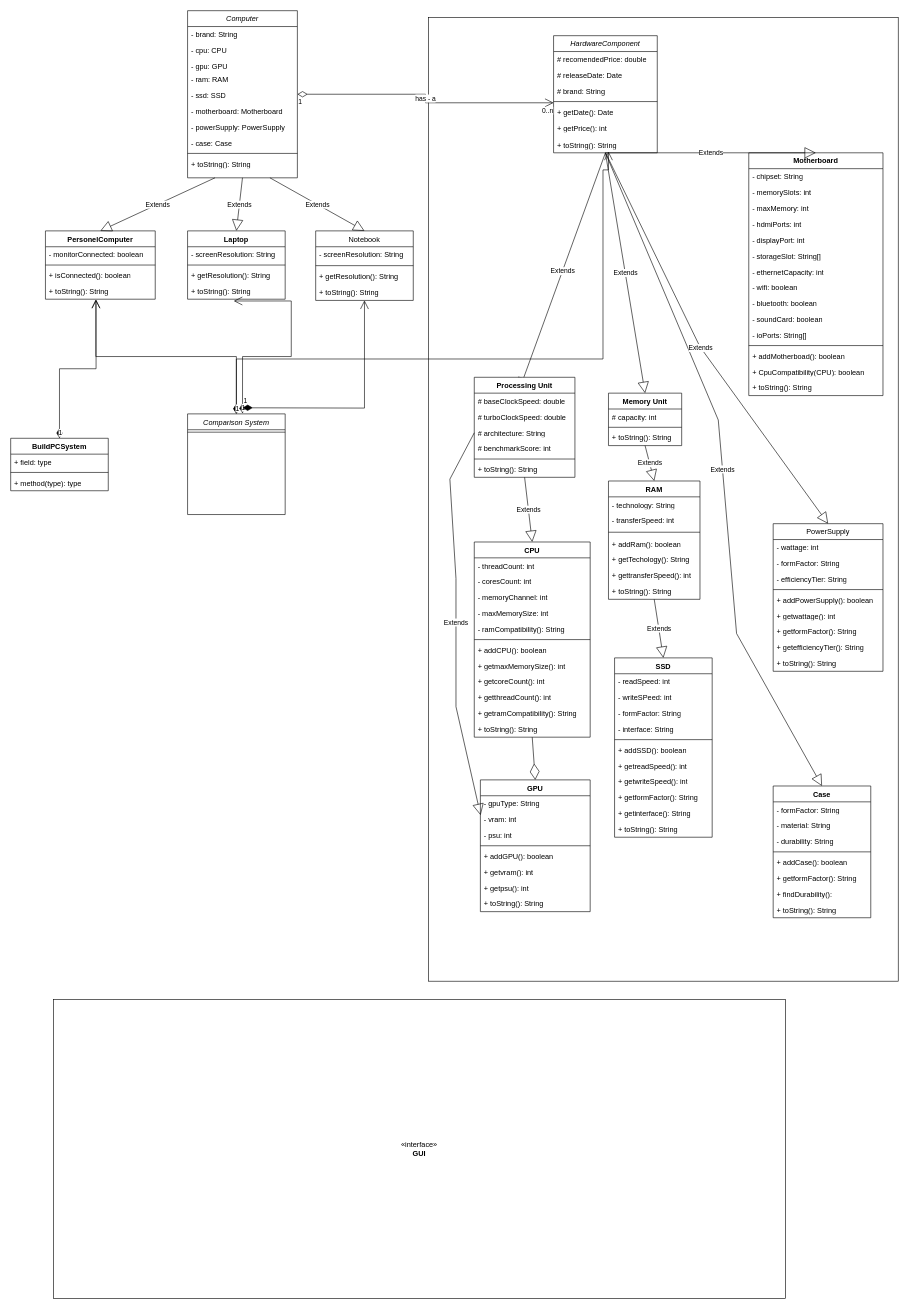
This is 221UML.drawio from isikdonger/Computer_Parts_App, a draw.io file, before an edit. Source tidied: cells renumbered, new cells numbered last; positions are measured from the earlier drawing's top-left corner, leaving out a move shared by most shapes. Both pictures are drawn from the tidied source at 61%, with x=0, y=0 at pixel (10, 10).
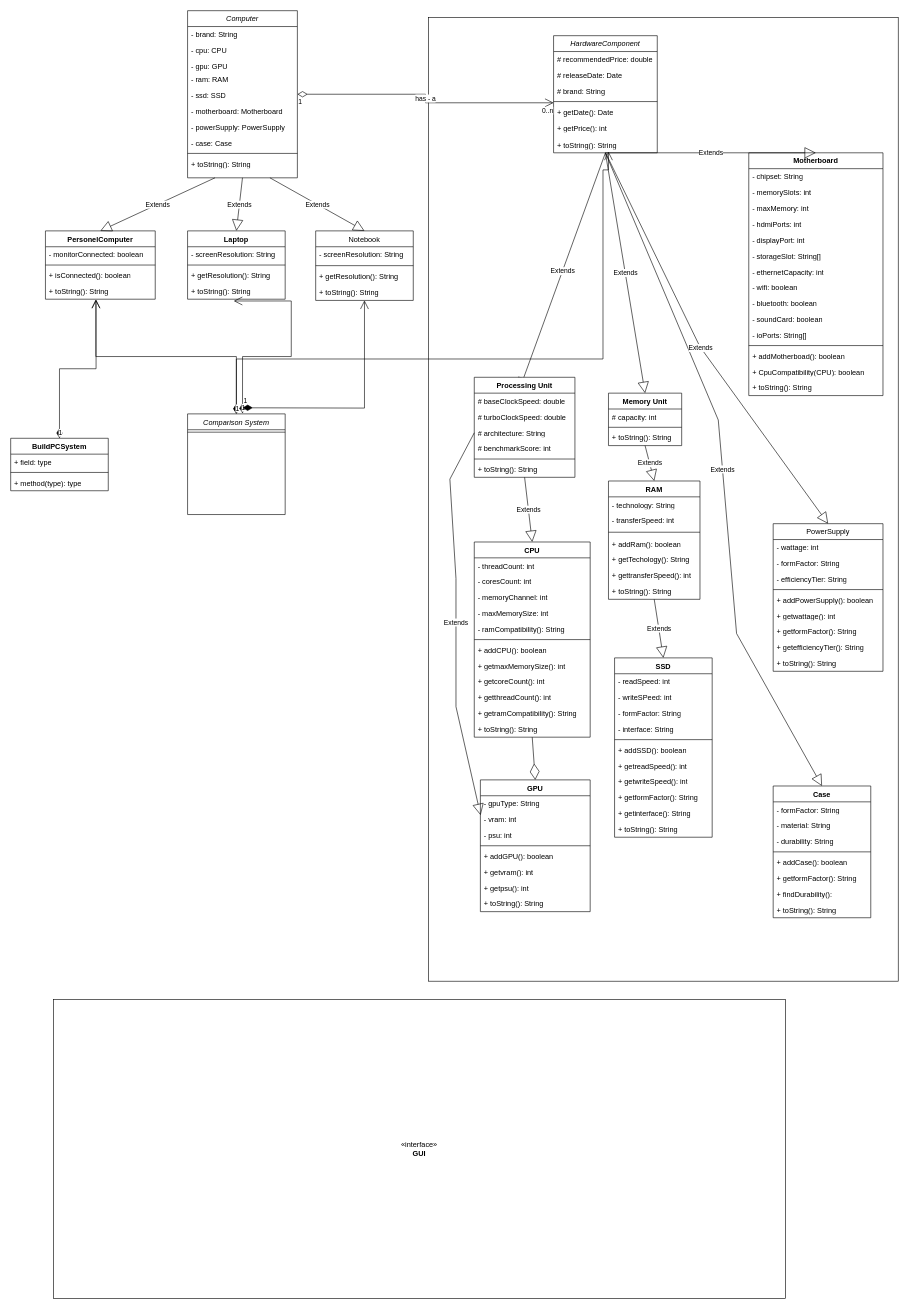
The same page after the edit.

Unchanged cells that the change refers to:
```xml
<mxCell id="14" value="HardwareComponent&#10;" style="swimlane;fontStyle=2;align=center;verticalAlign=top;horizontal=1;startSize=26;rounded=0;shadow=0;strokeWidth=1;" parent="1" vertex="1">
  <mxGeometry x="890" y="41" width="170" height="192" as="geometry" />
</mxCell>
```

The edit, as a diff of the source:
```diff
@@
-    <mxCell id="15" value="# recomendedPrice: double" style="text;strokeColor=none;fillColor=none;align=left;verticalAlign=top;spacingLeft=4;spacingRight=4;overflow=hidden;whiteSpace=wrap;html=1;" parent="14" vertex="1">
+    <mxCell id="15" value="# recommendedPrice: double" style="text;strokeColor=none;fillColor=none;align=left;verticalAlign=top;spacingLeft=4;spacingRight=4;overflow=hidden;whiteSpace=wrap;html=1;" parent="14" vertex="1">
       <mxGeometry y="26" width="170" height="26" as="geometry" />
     </mxCell>
```
